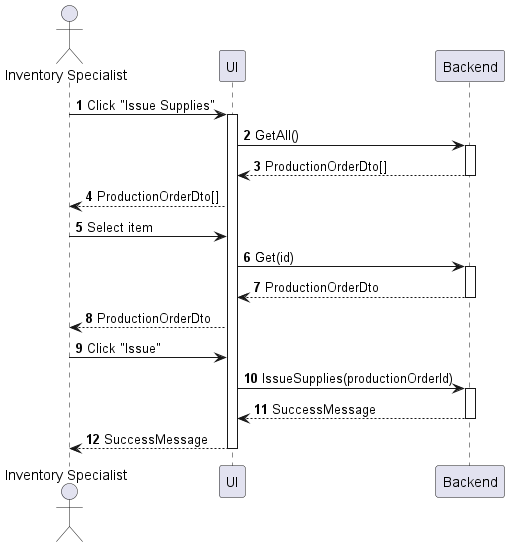
Above: sequences/inventory-supply-issue.png in phihungha/scmss-reqs (PlantUML), before the change.
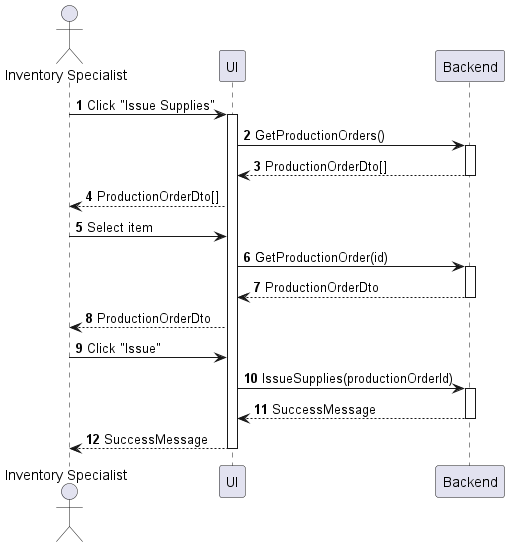
Above is the later version.

Diff of the diagram source:
```diff
@@ -7,12 +7,12 @@
 
 a -> f : Click "Issue Supplies"
 activate f
-f -> b : GetAll()
+f -> b : GetProductionOrders()
 activate b
 return ProductionOrderDto[]
 f --> a : ProductionOrderDto[]
 a -> f : Select item
-f -> b : Get(id)
+f -> b : GetProductionOrder(id)
 activate b
 return ProductionOrderDto
 f --> a : ProductionOrderDto
```
